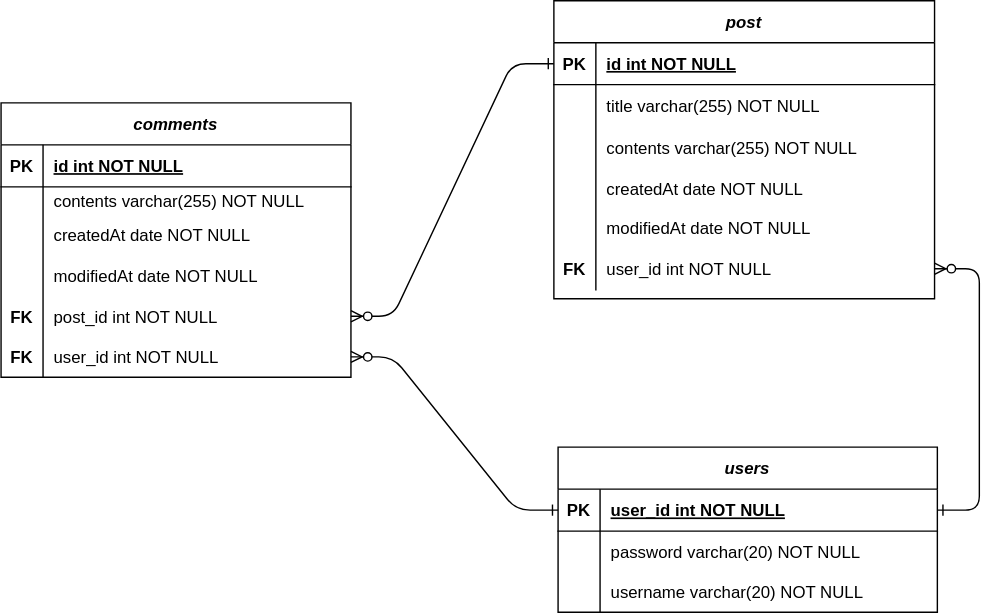
Chaeyounglim/myBlog keeps this draw.io diagram as DB Structure.drawio.svg. Above is the earlier version. Source tidied: cells renumbered, new cells last; positions are measured from the earlier drawing's top-left corner, leaving out a move shared by most shapes. Its diagram source:
```xml
<mxGraphModel background="#FFFFFF">
  <root>
    <mxCell id="0" />
    <mxCell id="1" parent="0" />
    <mxCell id="2" style="edgeStyle=entityRelationEdgeStyle;endArrow=ERzeroToMany;startArrow=ERone;endFill=1;startFill=0;" parent="1" edge="1" source="23" target="19">
      <mxGeometry relative="1" as="geometry" />
    </mxCell>
    <mxCell id="3" value="post" style="shape=table;startSize=30;rowLines=0;fontStyle=3;align=center;" parent="1" vertex="1">
      <mxGeometry x="395" y="35" width="272" height="213" as="geometry" />
    </mxCell>
    <mxCell id="4" style="shape=partialRectangle;fillColor=none;points=[[0,0.5],[1,0.5]];portConstraint=eastwest;top=0;left=0;right=0;bottom=1;" parent="3" vertex="1">
      <mxGeometry y="30" width="272" height="30" as="geometry" />
    </mxCell>
    <mxCell id="5" value="PK" style="shape=partialRectangle;overflow=hidden;fillColor=none;top=0;left=0;bottom=0;right=0;fontStyle=1;" parent="4" vertex="1">
      <mxGeometry width="30" height="30" as="geometry" />
    </mxCell>
    <mxCell id="6" value="id int NOT NULL " style="shape=partialRectangle;overflow=hidden;fillColor=none;top=0;left=0;bottom=0;right=0;align=left;spacingLeft=6;fontStyle=5;" parent="4" vertex="1">
      <mxGeometry x="30" width="242" height="30" as="geometry" />
    </mxCell>
    <mxCell id="7" style="shape=partialRectangle;fillColor=none;top=0;left=0;right=0;bottom=0;" parent="3" vertex="1">
      <mxGeometry y="60" width="272" height="30" as="geometry" />
    </mxCell>
    <mxCell id="8" style="shape=partialRectangle;overflow=hidden;fillColor=none;top=0;left=0;bottom=0;right=0;" parent="7" vertex="1">
      <mxGeometry width="30" height="30" as="geometry" />
    </mxCell>
    <mxCell id="9" value="title varchar(255) NOT NULL" style="shape=partialRectangle;overflow=hidden;fillColor=none;top=0;left=0;bottom=0;right=0;align=left;spacingLeft=6;" parent="7" vertex="1">
      <mxGeometry x="30" width="242" height="30" as="geometry" />
    </mxCell>
    <mxCell id="10" style="shape=partialRectangle;fillColor=none;top=0;left=0;right=0;bottom=0;" parent="3" vertex="1">
      <mxGeometry y="90" width="272" height="30" as="geometry" />
    </mxCell>
    <mxCell id="11" style="shape=partialRectangle;overflow=hidden;fillColor=none;top=0;left=0;bottom=0;right=0;" parent="10" vertex="1">
      <mxGeometry width="30" height="30" as="geometry" />
    </mxCell>
    <mxCell id="12" value="contents varchar(255) NOT NULL" style="shape=partialRectangle;overflow=hidden;fillColor=none;top=0;left=0;bottom=0;right=0;align=left;spacingLeft=6;" parent="10" vertex="1">
      <mxGeometry x="30" width="242" height="30" as="geometry" />
    </mxCell>
    <mxCell id="13" style="shape=partialRectangle;fillColor=none;top=0;left=0;right=0;bottom=0;" parent="3" vertex="1">
      <mxGeometry y="120" width="272" height="28" as="geometry" />
    </mxCell>
    <mxCell id="14" style="shape=partialRectangle;overflow=hidden;fillColor=none;top=0;left=0;bottom=0;right=0;" parent="13" vertex="1">
      <mxGeometry width="30" height="28" as="geometry" />
    </mxCell>
    <mxCell id="15" value="createdAt date NOT NULL" style="shape=partialRectangle;overflow=hidden;fillColor=none;top=0;left=0;bottom=0;right=0;align=left;spacingLeft=6;" parent="13" vertex="1">
      <mxGeometry x="30" width="242" height="28" as="geometry" />
    </mxCell>
    <mxCell id="16" style="shape=partialRectangle;fillColor=none;top=0;left=0;right=0;bottom=0;" parent="3" vertex="1">
      <mxGeometry y="148" width="272" height="28" as="geometry" />
    </mxCell>
    <mxCell id="17" style="shape=partialRectangle;overflow=hidden;fillColor=none;top=0;left=0;bottom=0;right=0;" parent="16" vertex="1">
      <mxGeometry width="30" height="28" as="geometry" />
    </mxCell>
    <mxCell id="18" value="modifiedAt date NOT NULL" style="shape=partialRectangle;overflow=hidden;fillColor=none;top=0;left=0;bottom=0;right=0;align=left;spacingLeft=6;" parent="16" vertex="1">
      <mxGeometry x="30" width="242" height="28" as="geometry" />
    </mxCell>
    <mxCell id="19" style="shape=partialRectangle;fillColor=none;points=[[0,0.5],[1,0.5]];portConstraint=eastwest;top=0;left=0;right=0;bottom=0;" parent="3" vertex="1">
      <mxGeometry y="176" width="272" height="31" as="geometry" />
    </mxCell>
    <mxCell id="20" value="FK" style="shape=partialRectangle;overflow=hidden;fillColor=none;top=0;left=0;bottom=0;right=0;fontStyle=1;" parent="19" vertex="1">
      <mxGeometry width="30" height="31" as="geometry" />
    </mxCell>
    <mxCell id="21" value="user_id int NOT NULL" style="shape=partialRectangle;overflow=hidden;fillColor=none;top=0;left=0;bottom=0;right=0;align=left;spacingLeft=6;" parent="19" vertex="1">
      <mxGeometry x="30" width="242" height="31" as="geometry" />
    </mxCell>
    <mxCell id="22" value="users" style="shape=table;startSize=30;rowLines=0;fontStyle=3;align=center;" parent="1" vertex="1">
      <mxGeometry x="398" y="354" width="271" height="118" as="geometry" />
    </mxCell>
    <mxCell id="23" style="shape=partialRectangle;fillColor=none;points=[[0,0.5],[1,0.5]];portConstraint=eastwest;top=0;left=0;right=0;bottom=1;" parent="22" vertex="1">
      <mxGeometry y="30" width="271" height="30" as="geometry" />
    </mxCell>
    <mxCell id="24" value="PK" style="shape=partialRectangle;overflow=hidden;fillColor=none;top=0;left=0;bottom=0;right=0;fontStyle=1;" parent="23" vertex="1">
      <mxGeometry width="30" height="30" as="geometry" />
    </mxCell>
    <mxCell id="25" value="user_id int NOT NULL" style="shape=partialRectangle;overflow=hidden;fillColor=none;top=0;left=0;bottom=0;right=0;align=left;spacingLeft=6;fontStyle=5;" parent="23" vertex="1">
      <mxGeometry x="30" width="241" height="30" as="geometry" />
    </mxCell>
    <mxCell id="26" style="shape=partialRectangle;fillColor=none;top=0;left=0;right=0;bottom=0;" parent="22" vertex="1">
      <mxGeometry y="60" width="271" height="29" as="geometry" />
    </mxCell>
    <mxCell id="27" style="shape=partialRectangle;overflow=hidden;fillColor=none;top=0;left=0;bottom=0;right=0;" parent="26" vertex="1">
      <mxGeometry width="30" height="29" as="geometry" />
    </mxCell>
    <mxCell id="28" value="password varchar(20) NOT NULL" style="shape=partialRectangle;overflow=hidden;fillColor=none;top=0;left=0;bottom=0;right=0;align=left;spacingLeft=6;" parent="26" vertex="1">
      <mxGeometry x="30" width="241" height="29" as="geometry" />
    </mxCell>
    <mxCell id="29" style="shape=partialRectangle;fillColor=none;top=0;left=0;right=0;bottom=0;" parent="22" vertex="1">
      <mxGeometry y="89" width="271" height="29" as="geometry" />
    </mxCell>
    <mxCell id="30" style="shape=partialRectangle;overflow=hidden;fillColor=none;top=0;left=0;bottom=0;right=0;" parent="29" vertex="1">
      <mxGeometry width="30" height="29" as="geometry" />
    </mxCell>
    <mxCell id="31" value="username varchar(20) NOT NULL" style="shape=partialRectangle;overflow=hidden;fillColor=none;top=0;left=0;bottom=0;right=0;align=left;spacingLeft=6;" parent="29" vertex="1">
      <mxGeometry x="30" width="241" height="29" as="geometry" />
    </mxCell>
    <mxCell id="32" value="comments" style="shape=table;startSize=30;rowLines=0;fontStyle=3;align=center;" parent="1" vertex="1">
      <mxGeometry y="108" width="250" height="196" as="geometry" />
    </mxCell>
    <mxCell id="33" style="shape=partialRectangle;fillColor=none;top=0;left=0;right=0;bottom=1;" parent="32" vertex="1">
      <mxGeometry y="30" width="250" height="30" as="geometry" />
    </mxCell>
    <mxCell id="34" value="PK" style="shape=partialRectangle;overflow=hidden;fillColor=none;top=0;left=0;bottom=0;right=0;fontStyle=1;" parent="33" vertex="1">
      <mxGeometry width="30" height="30" as="geometry" />
    </mxCell>
    <mxCell id="35" value="id int NOT NULL " style="shape=partialRectangle;overflow=hidden;fillColor=none;top=0;left=0;bottom=0;right=0;align=left;spacingLeft=6;fontStyle=5;" parent="33" vertex="1">
      <mxGeometry x="30" width="220" height="30" as="geometry" />
    </mxCell>
    <mxCell id="36" style="shape=partialRectangle;fillColor=none;top=0;left=0;right=0;bottom=0;" parent="32" vertex="1">
      <mxGeometry y="60" width="250" height="20" as="geometry" />
    </mxCell>
    <mxCell id="37" style="shape=partialRectangle;overflow=hidden;fillColor=none;top=0;left=0;bottom=0;right=0;" parent="36" vertex="1">
      <mxGeometry width="30" height="20" as="geometry" />
    </mxCell>
    <mxCell id="38" value="contents varchar(255) NOT NULL" style="shape=partialRectangle;overflow=hidden;fillColor=none;top=0;left=0;bottom=0;right=0;align=left;spacingLeft=6;" parent="36" vertex="1">
      <mxGeometry x="30" width="220" height="20" as="geometry" />
    </mxCell>
    <mxCell id="39" style="shape=partialRectangle;fillColor=none;top=0;left=0;right=0;bottom=0;" parent="32" vertex="1">
      <mxGeometry y="80" width="250" height="29" as="geometry" />
    </mxCell>
    <mxCell id="40" style="shape=partialRectangle;overflow=hidden;fillColor=none;top=0;left=0;bottom=0;right=0;" parent="39" vertex="1">
      <mxGeometry width="30" height="29" as="geometry" />
    </mxCell>
    <mxCell id="41" value="createdAt date NOT NULL" style="shape=partialRectangle;overflow=hidden;fillColor=none;top=0;left=0;bottom=0;right=0;align=left;spacingLeft=6;" parent="39" vertex="1">
      <mxGeometry x="30" width="220" height="29" as="geometry" />
    </mxCell>
    <mxCell id="42" style="shape=partialRectangle;fillColor=none;top=0;left=0;right=0;bottom=0;" parent="32" vertex="1">
      <mxGeometry y="109" width="250" height="29" as="geometry" />
    </mxCell>
    <mxCell id="43" style="shape=partialRectangle;overflow=hidden;fillColor=none;top=0;left=0;bottom=0;right=0;" parent="42" vertex="1">
      <mxGeometry width="30" height="29" as="geometry" />
    </mxCell>
    <mxCell id="44" value="modifiedAt date NOT NULL" style="shape=partialRectangle;overflow=hidden;fillColor=none;top=0;left=0;bottom=0;right=0;align=left;spacingLeft=6;" parent="42" vertex="1">
      <mxGeometry x="30" width="220" height="29" as="geometry" />
    </mxCell>
    <mxCell id="45" style="shape=partialRectangle;fillColor=none;points=[[0,0.5],[1,0.5]];portConstraint=eastwest;top=0;left=0;right=0;bottom=0;" parent="32" vertex="1">
      <mxGeometry y="138" width="250" height="29" as="geometry" />
    </mxCell>
    <mxCell id="46" value="FK" style="shape=partialRectangle;overflow=hidden;fillColor=none;top=0;left=0;bottom=0;right=0;fontStyle=1;" parent="45" vertex="1">
      <mxGeometry width="30" height="29" as="geometry" />
    </mxCell>
    <mxCell id="47" value="post_id int NOT NULL" style="shape=partialRectangle;overflow=hidden;fillColor=none;top=0;left=0;bottom=0;right=0;align=left;spacingLeft=6;" parent="45" vertex="1">
      <mxGeometry x="30" width="220" height="29" as="geometry" />
    </mxCell>
    <mxCell id="48" style="shape=partialRectangle;fillColor=none;points=[[0,0.5],[1,0.5]];portConstraint=eastwest;top=0;left=0;right=0;bottom=0;" parent="32" vertex="1">
      <mxGeometry y="167" width="250" height="29" as="geometry" />
    </mxCell>
    <mxCell id="49" value="FK" style="shape=partialRectangle;overflow=hidden;fillColor=none;top=0;left=0;bottom=0;right=0;fontStyle=1;" parent="48" vertex="1">
      <mxGeometry width="30" height="29" as="geometry" />
    </mxCell>
    <mxCell id="50" value="user_id int NOT NULL" style="shape=partialRectangle;overflow=hidden;fillColor=none;top=0;left=0;bottom=0;right=0;align=left;spacingLeft=6;" parent="48" vertex="1">
      <mxGeometry x="30" width="220" height="29" as="geometry" />
    </mxCell>
    <mxCell id="51" style="edgeStyle=entityRelationEdgeStyle;endArrow=ERzeroToMany;startArrow=ERone;endFill=1;startFill=0;entryX=1;entryY=0.5;entryDx=0;entryDy=0;exitX=0;exitY=0.5;exitDx=0;exitDy=0;" parent="1" edge="1" source="4" target="45">
      <mxGeometry relative="1" as="geometry">
        <Array as="points">
          <mxPoint x="918" y="16" />
          <mxPoint x="921" />
          <mxPoint x="941" y="56" />
          <mxPoint x="950" y="129" />
          <mxPoint x="859" y="77.5" />
          <mxPoint x="890" y="82.5" />
          <mxPoint x="875" y="81.5" />
        </Array>
      </mxGeometry>
    </mxCell>
    <mxCell id="52" style="edgeStyle=entityRelationEdgeStyle;fontSize=12;html=1;endArrow=ERzeroToMany;endFill=1;rounded=1;startArrow=ERone;startFill=0;entryX=1;entryY=0.5;entryDx=0;entryDy=0;" parent="1" edge="1" source="23" target="48">
      <mxGeometry relative="1" as="geometry" />
    </mxCell>
  </root>
</mxGraphModel>
```
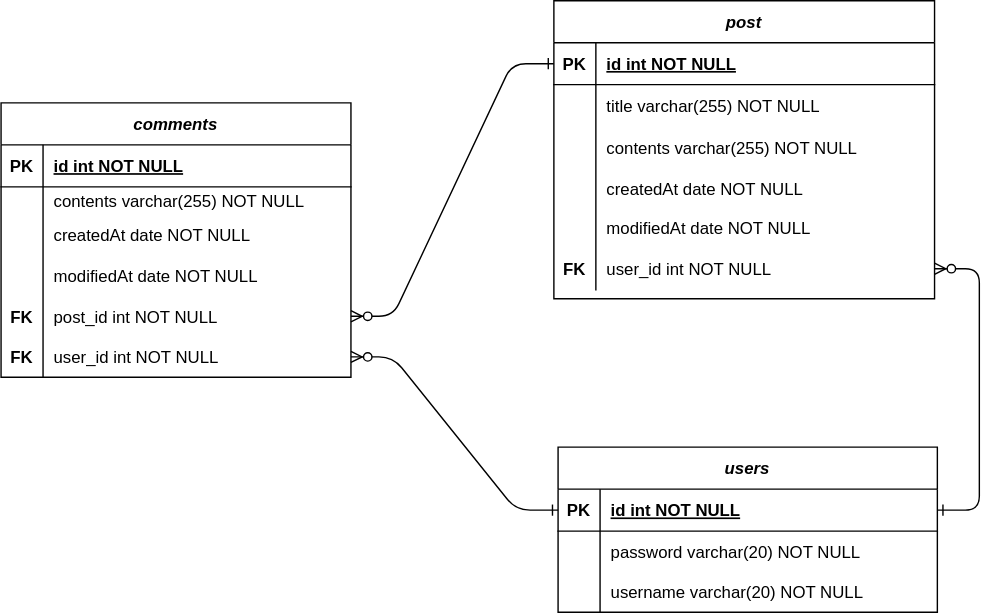
After the commit.

The edit, as a diff of the source:
```diff
@@ -71,7 +71,7 @@
     <mxCell id="24" value="PK" style="shape=partialRectangle;overflow=hidden;fillColor=none;top=0;left=0;bottom=0;right=0;fontStyle=1;" parent="23" vertex="1">
       <mxGeometry width="30" height="30" as="geometry" />
     </mxCell>
-    <mxCell id="25" value="user_id int NOT NULL" style="shape=partialRectangle;overflow=hidden;fillColor=none;top=0;left=0;bottom=0;right=0;align=left;spacingLeft=6;fontStyle=5;" parent="23" vertex="1">
+    <mxCell id="25" value="id int NOT NULL" style="shape=partialRectangle;overflow=hidden;fillColor=none;top=0;left=0;bottom=0;right=0;align=left;spacingLeft=6;fontStyle=5;" parent="23" vertex="1">
       <mxGeometry x="30" width="241" height="30" as="geometry" />
     </mxCell>
     <mxCell id="26" style="shape=partialRectangle;fillColor=none;top=0;left=0;right=0;bottom=0;" parent="22" vertex="1">
```
